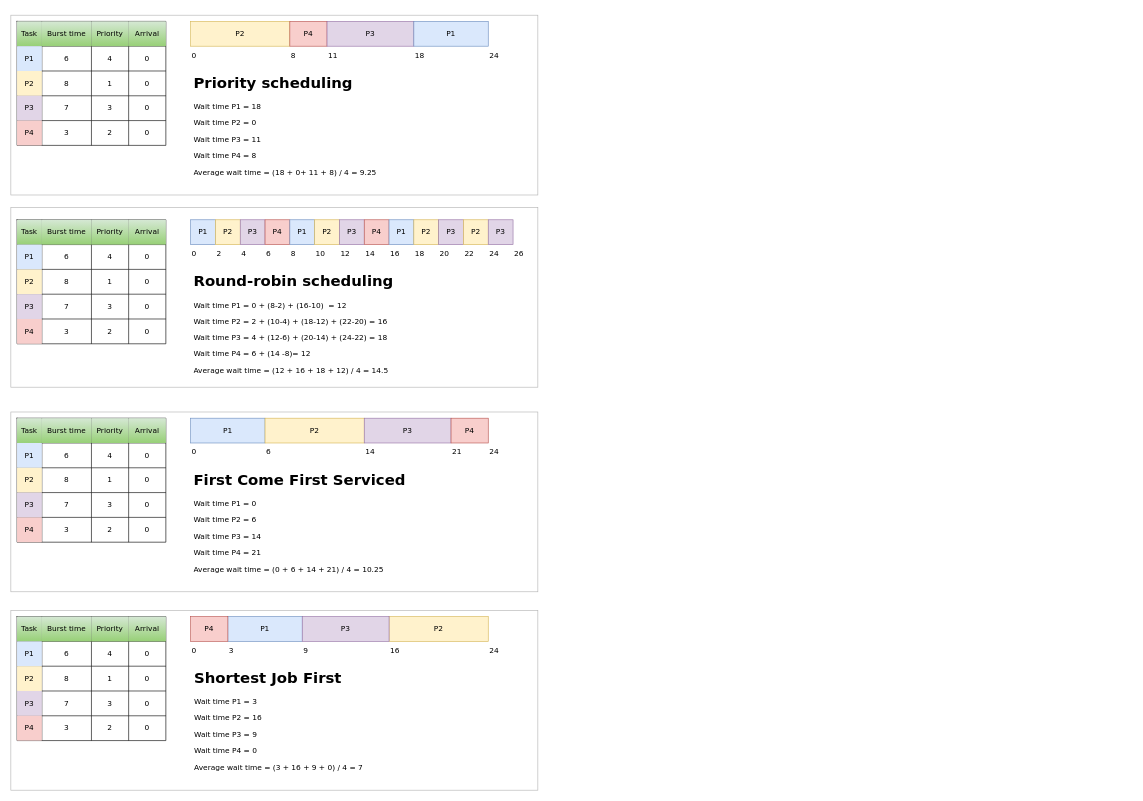
Earlier version of the draw.io diagram page "Scheduling" (7 of 7) of assets/OS.drawio (braboj/tutorial-os). Source tidied: cells renumbered, new cells numbered last; positions are measured from the earlier drawing's top-left corner, leaving out a move shared by most shapes. Both pictures are drawn from the tidied source at 62%, with x=0, y=0 at pixel (11, 15).
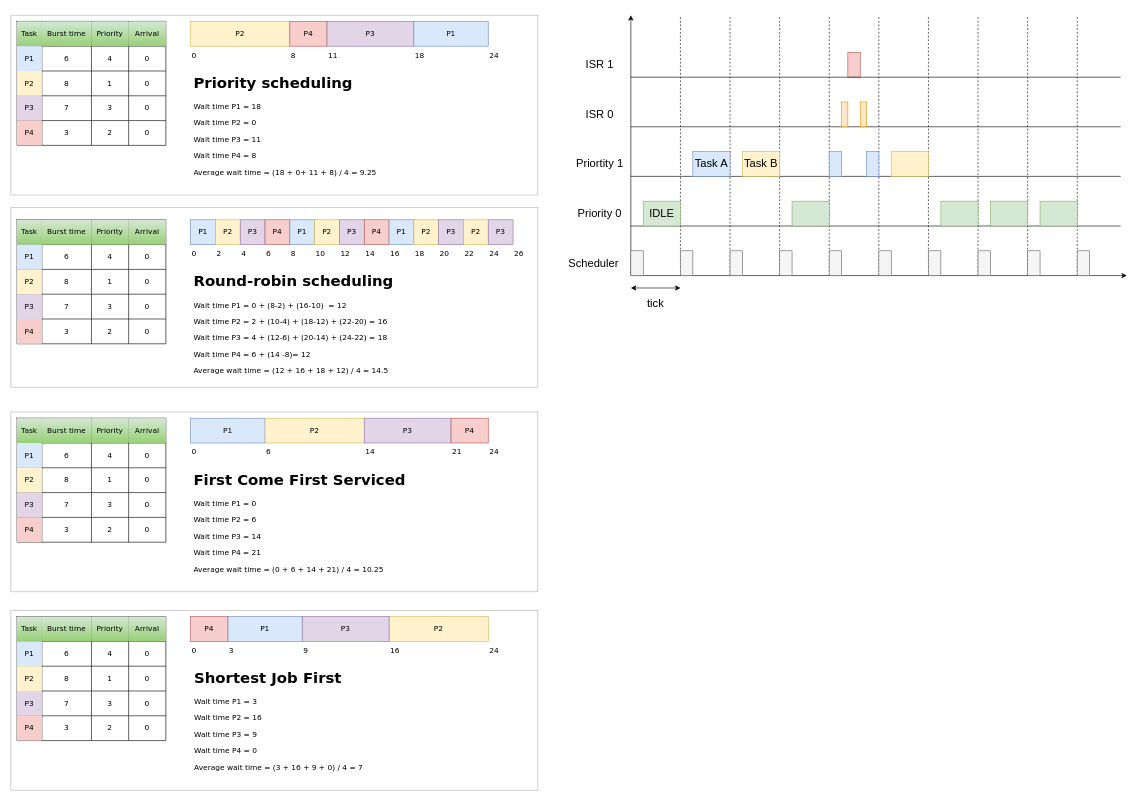
Above is the later version.

What changed in the source:
```diff
@@
+    <mxCell id="168" style="endArrow=classic;html=1;rounded=0;" parent="1" edge="1">
+      <mxGeometry relative="1" as="geometry">
+        <mxPoint x="1000" y="420" as="sourcePoint" />
+        <mxPoint x="1000" as="targetPoint" />
+      </mxGeometry>
+    </mxCell>
+    <mxCell id="169" style="endArrow=classic;html=1;rounded=0;" parent="1" edge="1">
+      <mxGeometry relative="1" as="geometry">
+        <mxPoint x="1000" y="420" as="sourcePoint" />
+        <mxPoint x="1800" y="420" as="targetPoint" />
+      </mxGeometry>
+    </mxCell>
+    <mxCell id="170" style="endArrow=none;dashed=1;html=1;rounded=0;" parent="1" edge="1">
+      <mxGeometry relative="1" as="geometry">
+        <mxPoint x="1080" y="420" as="sourcePoint" />
+        <mxPoint x="1080" as="targetPoint" />
+      </mxGeometry>
+    </mxCell>
+    <mxCell id="171" style="endArrow=none;dashed=1;html=1;rounded=0;" parent="1" edge="1">
+      <mxGeometry relative="1" as="geometry">
+        <mxPoint x="1400" y="420" as="sourcePoint" />
+        <mxPoint x="1400" as="targetPoint" />
+      </mxGeometry>
+    </mxCell>
+    <mxCell id="172" style="endArrow=none;dashed=1;html=1;rounded=0;" parent="1" edge="1">
+      <mxGeometry relative="1" as="geometry">
+        <mxPoint x="1240" y="420" as="sourcePoint" />
+        <mxPoint x="1240" as="targetPoint" />
+      </mxGeometry>
+    </mxCell>
+    <mxCell id="173" style="endArrow=none;dashed=1;html=1;rounded=0;" parent="1" edge="1">
+      <mxGeometry relative="1" as="geometry">
+        <mxPoint x="1160" y="420" as="sourcePoint" />
+        <mxPoint x="1160" as="targetPoint" />
+      </mxGeometry>
+    </mxCell>
+    <mxCell id="174" style="endArrow=none;dashed=1;html=1;rounded=0;" parent="1" edge="1">
+      <mxGeometry relative="1" as="geometry">
+        <mxPoint x="1320" y="420" as="sourcePoint" />
+        <mxPoint x="1320" as="targetPoint" />
+      </mxGeometry>
+    </mxCell>
+    <mxCell id="175" style="endArrow=none;dashed=1;html=1;rounded=0;" parent="1" edge="1">
+      <mxGeometry relative="1" as="geometry">
+        <mxPoint x="1480" y="420" as="sourcePoint" />
+        <mxPoint x="1480" as="targetPoint" />
+      </mxGeometry>
+    </mxCell>
+    <mxCell id="176" style="endArrow=none;dashed=1;html=1;rounded=0;" parent="1" edge="1">
+      <mxGeometry relative="1" as="geometry">
+        <mxPoint x="1560" y="420" as="sourcePoint" />
+        <mxPoint x="1560" as="targetPoint" />
+      </mxGeometry>
+    </mxCell>
+    <mxCell id="177" style="endArrow=none;dashed=1;html=1;rounded=0;" parent="1" edge="1">
+      <mxGeometry relative="1" as="geometry">
+        <mxPoint x="1640" y="420" as="sourcePoint" />
+        <mxPoint x="1640" as="targetPoint" />
+      </mxGeometry>
+    </mxCell>
+    <mxCell id="178" style="endArrow=none;dashed=1;html=1;rounded=0;" parent="1" edge="1">
+      <mxGeometry relative="1" as="geometry">
+        <mxPoint x="1720" y="420" as="sourcePoint" />
+        <mxPoint x="1720" as="targetPoint" />
+      </mxGeometry>
+    </mxCell>
+    <mxCell id="179" style="endArrow=classic;startArrow=classic;html=1;rounded=0;" parent="1" edge="1">
+      <mxGeometry relative="1" as="geometry">
+        <mxPoint x="1000" y="440" as="sourcePoint" />
+        <mxPoint x="1080" y="440" as="targetPoint" />
+      </mxGeometry>
+    </mxCell>
+    <mxCell id="180" value="tick" style="text;html=1;strokeColor=none;fillColor=none;align=center;verticalAlign=middle;whiteSpace=wrap;rounded=0;fontSize=18;" parent="1" vertex="1">
+      <mxGeometry x="1010" y="450" width="60" height="30" as="geometry" />
+    </mxCell>
+    <mxCell id="181" style="endArrow=none;html=1;rounded=0;fontSize=18;" parent="1" edge="1">
+      <mxGeometry relative="1" as="geometry">
+        <mxPoint x="1000" y="340" as="sourcePoint" />
+        <mxPoint x="1790" y="340" as="targetPoint" />
+      </mxGeometry>
+    </mxCell>
+    <mxCell id="182" style="endArrow=none;html=1;rounded=0;fontSize=18;" parent="1" edge="1">
+      <mxGeometry relative="1" as="geometry">
+        <mxPoint x="1000" y="260" as="sourcePoint" />
+        <mxPoint x="1790" y="260" as="targetPoint" />
+      </mxGeometry>
+    </mxCell>
+    <mxCell id="183" style="endArrow=none;html=1;rounded=0;fontSize=18;" parent="1" edge="1">
+      <mxGeometry relative="1" as="geometry">
+        <mxPoint x="1000" y="180" as="sourcePoint" />
+        <mxPoint x="1790" y="180" as="targetPoint" />
+      </mxGeometry>
+    </mxCell>
+    <mxCell id="184" style="rounded=0;whiteSpace=wrap;html=1;fontSize=18;fillColor=#f5f5f5;strokeColor=#666666;fontColor=#333333;" parent="1" vertex="1">
+      <mxGeometry x="1000" y="380" width="20" height="40" as="geometry" />
+    </mxCell>
+    <mxCell id="185" style="rounded=0;whiteSpace=wrap;html=1;fontSize=18;fillColor=#f5f5f5;strokeColor=#666666;fontColor=#333333;" parent="1" vertex="1">
+      <mxGeometry x="1080" y="380" width="20" height="40" as="geometry" />
+    </mxCell>
+    <mxCell id="186" style="rounded=0;whiteSpace=wrap;html=1;fontSize=18;fillColor=#f5f5f5;strokeColor=#666666;fontColor=#333333;" parent="1" vertex="1">
+      <mxGeometry x="1160" y="380" width="20" height="40" as="geometry" />
+    </mxCell>
+    <mxCell id="187" style="rounded=0;whiteSpace=wrap;html=1;fontSize=18;fillColor=#f5f5f5;strokeColor=#666666;fontColor=#333333;" parent="1" vertex="1">
+      <mxGeometry x="1240" y="380" width="20" height="40" as="geometry" />
+    </mxCell>
+    <mxCell id="188" style="rounded=0;whiteSpace=wrap;html=1;fontSize=18;fillColor=#f5f5f5;strokeColor=#666666;fontColor=#333333;" parent="1" vertex="1">
+      <mxGeometry x="1320" y="380" width="20" height="40" as="geometry" />
+    </mxCell>
+    <mxCell id="189" style="rounded=0;whiteSpace=wrap;html=1;fontSize=18;fillColor=#f5f5f5;strokeColor=#666666;fontColor=#333333;" parent="1" vertex="1">
+      <mxGeometry x="1400" y="380" width="20" height="40" as="geometry" />
+    </mxCell>
+    <mxCell id="190" style="rounded=0;whiteSpace=wrap;html=1;fontSize=18;fillColor=#f5f5f5;strokeColor=#666666;fontColor=#333333;" parent="1" vertex="1">
+      <mxGeometry x="1480" y="380" width="20" height="40" as="geometry" />
+    </mxCell>
+    <mxCell id="191" style="rounded=0;whiteSpace=wrap;html=1;fontSize=18;fillColor=#f5f5f5;strokeColor=#666666;fontColor=#333333;" parent="1" vertex="1">
+      <mxGeometry x="1560" y="380" width="20" height="40" as="geometry" />
+    </mxCell>
+    <mxCell id="192" style="rounded=0;whiteSpace=wrap;html=1;fontSize=18;fillColor=#f5f5f5;strokeColor=#666666;fontColor=#333333;" parent="1" vertex="1">
+      <mxGeometry x="1640" y="380" width="20" height="40" as="geometry" />
+    </mxCell>
+    <mxCell id="193" style="rounded=0;whiteSpace=wrap;html=1;fontSize=18;fillColor=#f5f5f5;strokeColor=#666666;fontColor=#333333;" parent="1" vertex="1">
+      <mxGeometry x="1720" y="380" width="20" height="40" as="geometry" />
+    </mxCell>
+    <mxCell id="194" value="Scheduler" style="text;html=1;strokeColor=none;fillColor=none;align=center;verticalAlign=middle;whiteSpace=wrap;rounded=0;fontSize=18;" parent="1" vertex="1">
+      <mxGeometry x="890" y="380" width="100" height="40" as="geometry" />
+    </mxCell>
+    <mxCell id="195" value="Priority 0" style="text;html=1;strokeColor=none;fillColor=none;align=center;verticalAlign=middle;whiteSpace=wrap;rounded=0;fontSize=18;" parent="1" vertex="1">
+      <mxGeometry x="900" y="300" width="100" height="40" as="geometry" />
+    </mxCell>
+    <mxCell id="196" value="Priortity 1" style="text;html=1;strokeColor=none;fillColor=none;align=center;verticalAlign=middle;whiteSpace=wrap;rounded=0;fontSize=18;" parent="1" vertex="1">
+      <mxGeometry x="900" y="220" width="100" height="40" as="geometry" />
+    </mxCell>
+    <mxCell id="197" value="IDLE" style="rounded=0;whiteSpace=wrap;html=1;fontSize=18;fillColor=#d5e8d4;strokeColor=#82b366;" parent="1" vertex="1">
+      <mxGeometry x="1020" y="300" width="60" height="40" as="geometry" />
+    </mxCell>
+    <mxCell id="198" value="Task A" style="rounded=0;whiteSpace=wrap;html=1;fontSize=18;fillColor=#dae8fc;strokeColor=#6c8ebf;" parent="1" vertex="1">
+      <mxGeometry x="1100" y="220" width="60" height="40" as="geometry" />
+    </mxCell>
+    <mxCell id="199" value="Task B" style="rounded=0;whiteSpace=wrap;html=1;fontSize=18;fillColor=#fff2cc;strokeColor=#d6b656;" parent="1" vertex="1">
+      <mxGeometry x="1180" y="220" width="60" height="40" as="geometry" />
+    </mxCell>
+    <mxCell id="200" style="rounded=0;whiteSpace=wrap;html=1;fontSize=18;fillColor=#d5e8d4;strokeColor=#82b366;" parent="1" vertex="1">
+      <mxGeometry x="1260" y="300" width="60" height="40" as="geometry" />
+    </mxCell>
+    <mxCell id="201" style="rounded=0;whiteSpace=wrap;html=1;fontSize=18;fillColor=#dae8fc;strokeColor=#6c8ebf;" parent="1" vertex="1">
+      <mxGeometry x="1320" y="220" width="20" height="40" as="geometry" />
+    </mxCell>
+    <mxCell id="202" style="rounded=0;whiteSpace=wrap;html=1;fontSize=18;fillColor=#dae8fc;strokeColor=#6c8ebf;" parent="1" vertex="1">
+      <mxGeometry x="1380" y="220" width="20" height="40" as="geometry" />
+    </mxCell>
+    <mxCell id="203" style="rounded=0;whiteSpace=wrap;html=1;fontSize=18;fillColor=#ffe6cc;strokeColor=#d79b00;" parent="1" vertex="1">
+      <mxGeometry x="1340" y="140" width="10" height="40" as="geometry" />
+    </mxCell>
+    <mxCell id="204" value="ISR 0" style="text;html=1;strokeColor=none;fillColor=none;align=center;verticalAlign=middle;whiteSpace=wrap;rounded=0;fontSize=18;" parent="1" vertex="1">
+      <mxGeometry x="900" y="140" width="100" height="40" as="geometry" />
+    </mxCell>
+    <mxCell id="205" value="ISR 1" style="text;html=1;strokeColor=none;fillColor=none;align=center;verticalAlign=middle;whiteSpace=wrap;rounded=0;fontSize=18;" parent="1" vertex="1">
+      <mxGeometry x="900" y="60" width="100" height="40" as="geometry" />
+    </mxCell>
+    <mxCell id="206" style="rounded=0;whiteSpace=wrap;html=1;fontSize=18;fillColor=#f8cecc;strokeColor=#b85450;" parent="1" vertex="1">
+      <mxGeometry x="1350" y="60" width="20" height="40" as="geometry" />
+    </mxCell>
+    <mxCell id="207" style="rounded=0;whiteSpace=wrap;html=1;fontSize=18;fillColor=#ffe6cc;strokeColor=#d79b00;" parent="1" vertex="1">
+      <mxGeometry x="1370" y="140" width="10" height="40" as="geometry" />
+    </mxCell>
+    <mxCell id="208" style="rounded=0;whiteSpace=wrap;html=1;fontSize=18;fillColor=#fff2cc;strokeColor=#d6b656;" parent="1" vertex="1">
+      <mxGeometry x="1420" y="220" width="60" height="40" as="geometry" />
+    </mxCell>
+    <mxCell id="209" style="rounded=0;whiteSpace=wrap;html=1;fontSize=18;fillColor=#d5e8d4;strokeColor=#82b366;" parent="1" vertex="1">
+      <mxGeometry x="1500" y="300" width="60" height="40" as="geometry" />
+    </mxCell>
+    <mxCell id="210" style="rounded=0;whiteSpace=wrap;html=1;fontSize=18;fillColor=#d5e8d4;strokeColor=#82b366;" parent="1" vertex="1">
+      <mxGeometry x="1580" y="300" width="60" height="40" as="geometry" />
+    </mxCell>
+    <mxCell id="211" style="rounded=0;whiteSpace=wrap;html=1;fontSize=18;fillColor=#d5e8d4;strokeColor=#82b366;" parent="1" vertex="1">
+      <mxGeometry x="1660" y="300" width="60" height="40" as="geometry" />
+    </mxCell>
+    <mxCell id="212" style="endArrow=none;html=1;rounded=0;fontSize=18;" parent="1" edge="1">
+      <mxGeometry relative="1" as="geometry">
+        <mxPoint x="1000" y="100" as="sourcePoint" />
+        <mxPoint x="1790" y="100" as="targetPoint" />
+      </mxGeometry>
+    </mxCell>
```
